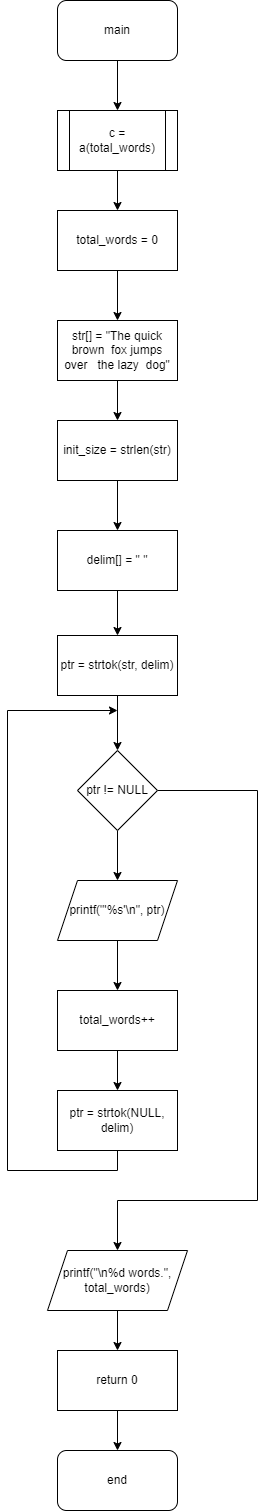
Earlier version of the draw.io export lab08/doc/assets/arrays.png (bolotsmaria/programing-bolotska). Source tidied: cells renumbered, new cells last; positions are measured from the earlier drawing's top-left corner, leaving out a move shared by most shapes.
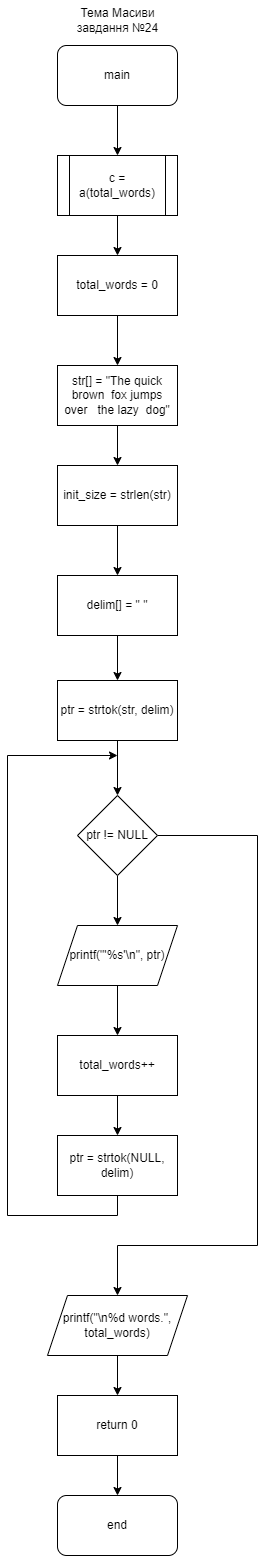
After the change.

Commit message:
Original copy of bolotska

What changed in the source:
```diff
@@ -99,5 +99,8 @@
     <mxCell id="29" value="end" style="rounded=1;whiteSpace=wrap;html=1;" parent="1" vertex="1">
       <mxGeometry x="50" y="1450" width="120" height="60" as="geometry" />
     </mxCell>
+    <mxCell id="30" value="Тема Масиви&lt;br&gt;завдання №24" style="text;html=1;align=center;verticalAlign=middle;strokeColor=none;fillColor=none;" parent="1" vertex="1">
+      <mxGeometry x="60" y="-45" width="100" height="40" as="geometry" />
+    </mxCell>
   </root>
 </mxGraphModel>
```
